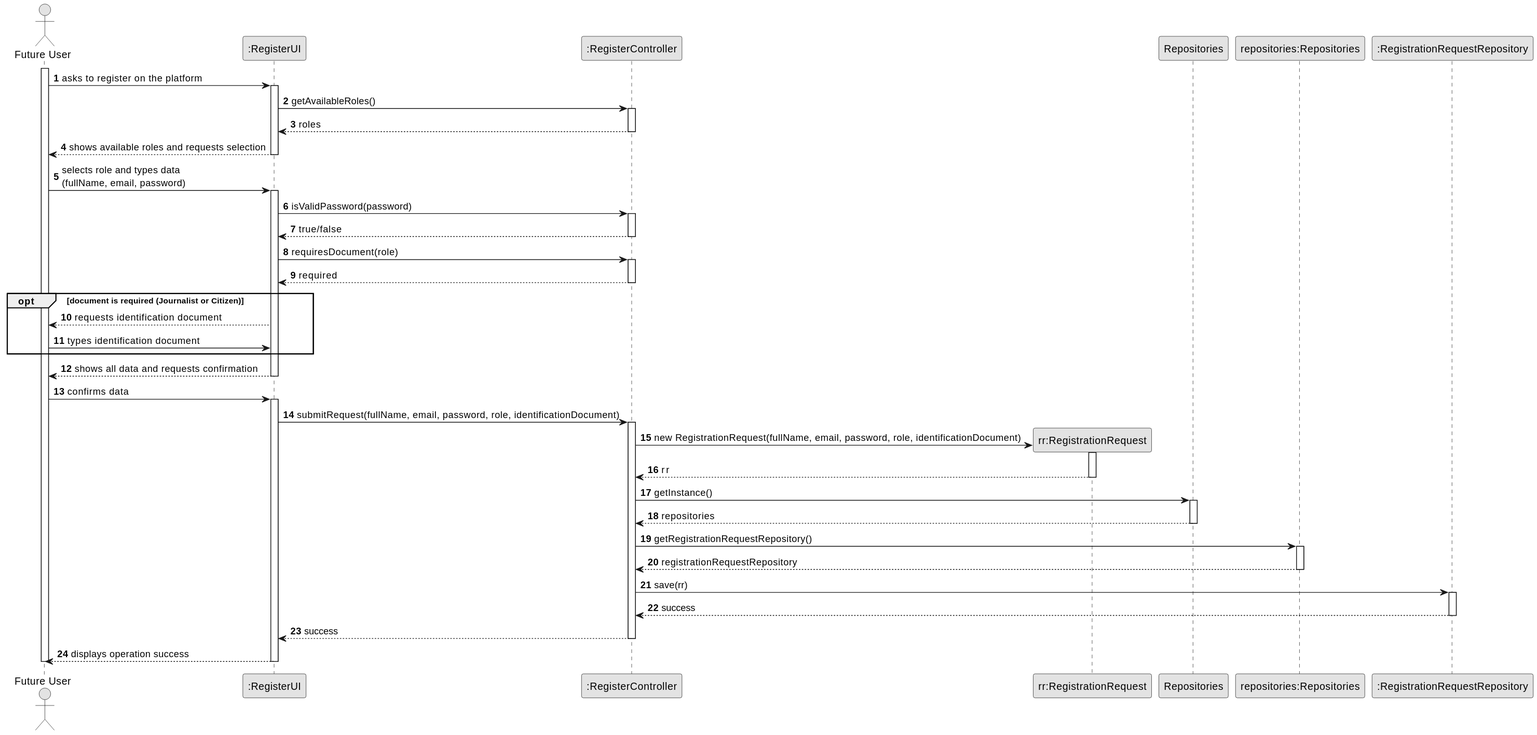
Before: docs/system-documentation/US01/03.design/svg/US01_SD.svg, a diagram exported from PlantUML (brunodspinto/crystal-clear-platform).
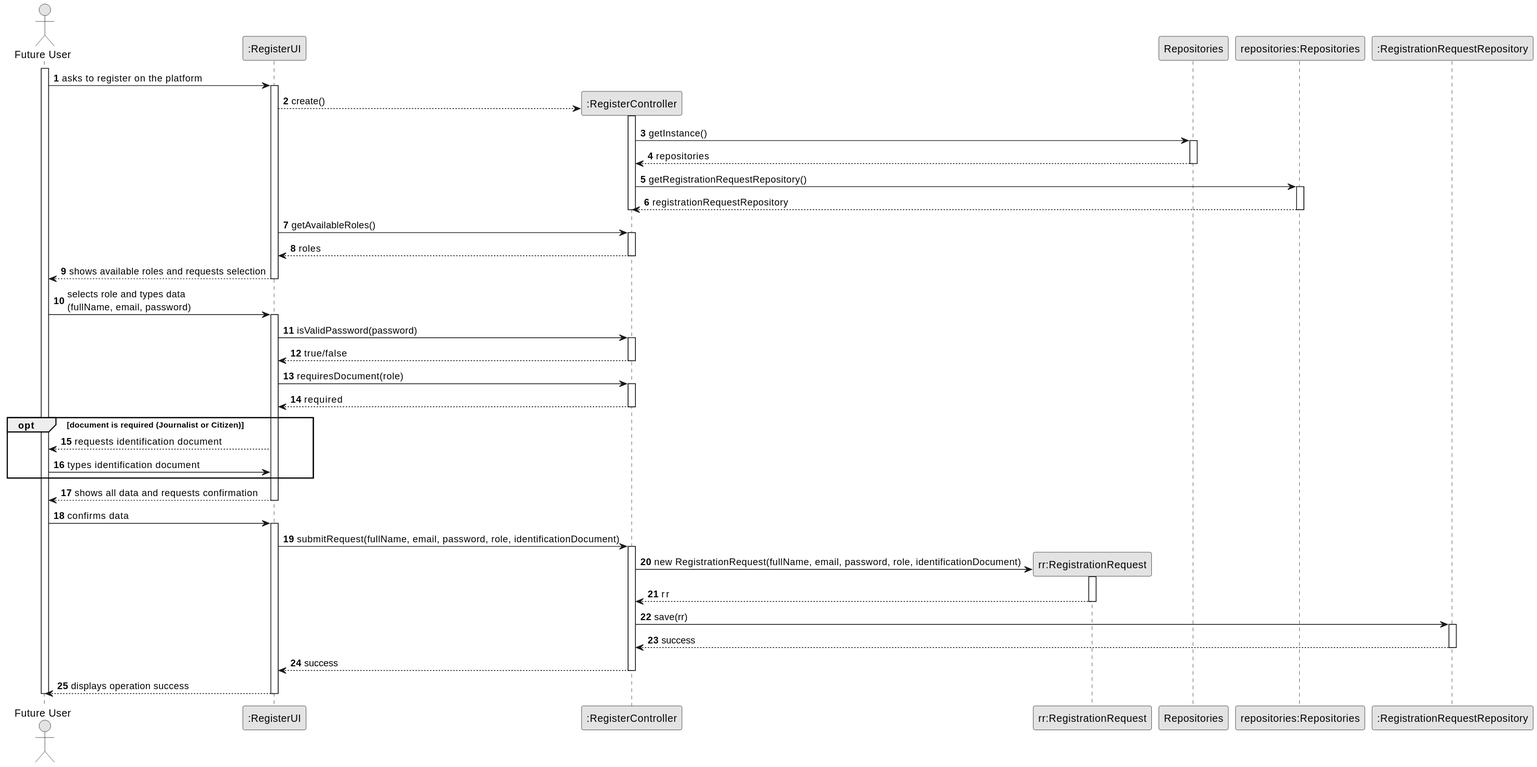
Later version of the same file.

What changed in the source:
```diff
@@ -17,6 +17,19 @@
 
     User -> UI : asks to register on the platform
     activate UI
+        UI --> CTRL** : create()
+        activate CTRL
+            CTRL -> REPOS : getInstance()
+            activate REPOS
+                REPOS --> CTRL : repositories
+            deactivate REPOS
+
+            CTRL -> REPOS_SINGLETON : getRegistrationRequestRepository()
+            activate REPOS_SINGLETON
+                REPOS_SINGLETON --> CTRL : registrationRequestRepository
+            deactivate REPOS_SINGLETON
+        deactivate CTRL
+
         UI -> CTRL : getAvailableRoles()
         activate CTRL
             CTRL --> UI : roles
@@ -54,16 +67,6 @@
                 RR --> CTRL : rr
             deactivate RR
 
-            CTRL -> REPOS : getInstance()
-            activate REPOS
-                REPOS --> CTRL : repositories
-            deactivate REPOS
-
-            CTRL -> REPOS_SINGLETON : getRegistrationRequestRepository()
-            activate REPOS_SINGLETON
-                REPOS_SINGLETON --> CTRL : registrationRequestRepository
-            deactivate REPOS_SINGLETON
-
             CTRL -> REPO : save(rr)
             activate REPO
                 REPO --> CTRL : success
```
